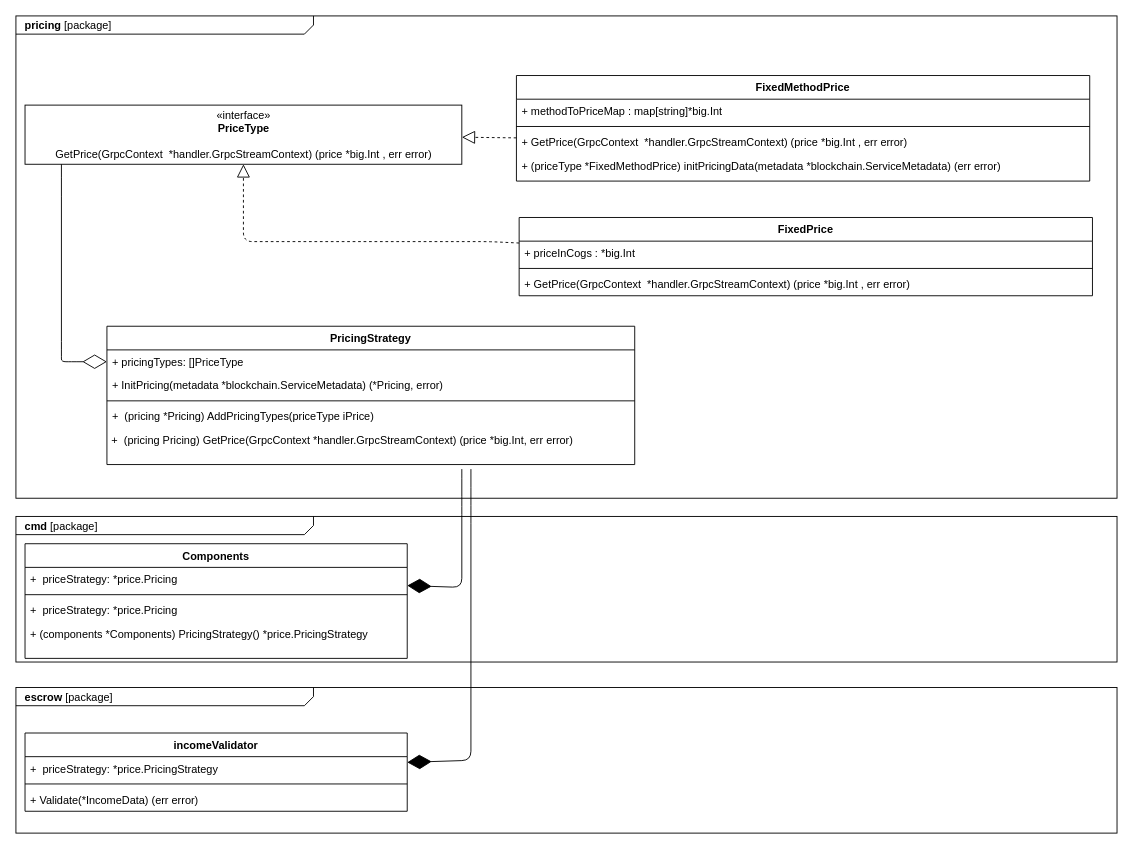
Earlier version of the draw.io diagram pricing/pricing.drawio (singnet/snet-daemon). Source tidied: cells renumbered, new cells numbered last; positions are measured from the earlier drawing's top-left corner, leaving out a move shared by most shapes. Both pictures are drawn from the tidied source at 91%, with x=0, y=0 at pixel (15, 15).
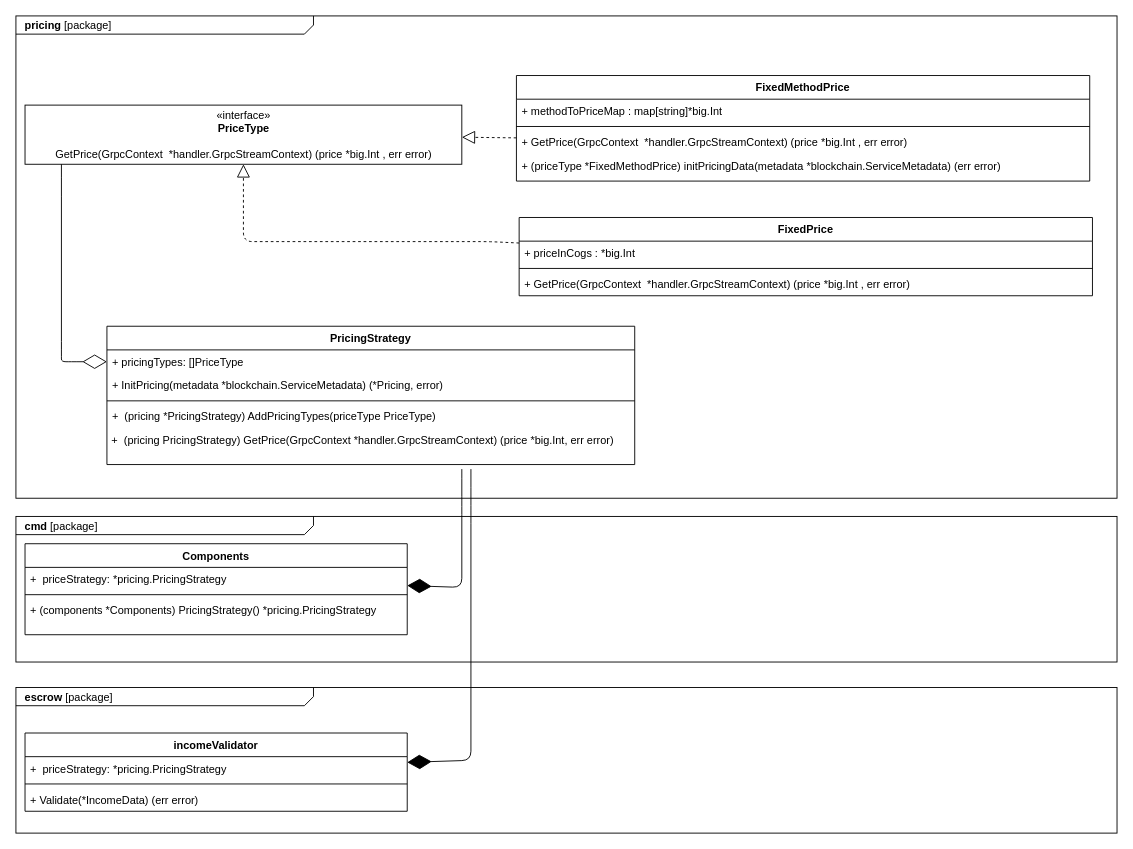
The same diagram, later.

Commit message:
https://github.com/singnet/snet-daemon/issues/286 Corrected the package and struct names per latest code review comments

The change refers to these unchanged cells:
```xml
<mxCell id="18" value="PricingStrategy" style="swimlane;fontStyle=1;align=center;verticalAlign=top;horizontal=1;startSize=26;" parent="1" vertex="1">
  <mxGeometry x="100" y="341" width="580" height="152" as="geometry" />
</mxCell>
<mxCell id="33" value="incomeValidator" style="swimlane;fontStyle=1;align=center;verticalAlign=top;horizontal=1;startSize=26;" parent="1" vertex="1">
  <mxGeometry x="10" y="788" width="420" height="86" as="geometry" />
</mxCell>
```

Change to the diagram source:
```diff
@@
-    <mxCell id="22" value="+  (pricing *Pricing) AddPricingTypes(priceType iPrice)" style="text;strokeColor=none;fillColor=none;align=left;verticalAlign=top;spacingLeft=4;spacingRight=4;overflow=hidden;" parent="18" vertex="1">
+    <mxCell id="22" value="+  (pricing *PricingStrategy) AddPricingTypes(priceType PriceType)" style="text;strokeColor=none;fillColor=none;align=left;verticalAlign=top;spacingLeft=4;spacingRight=4;overflow=hidden;" parent="18" vertex="1">
       <mxGeometry y="86" width="580" height="26" as="geometry" />
     </mxCell>
-    <mxCell id="23" value="&amp;nbsp;+&amp;nbsp;&amp;nbsp;&lt;span&gt;(pricing Pricing) GetPrice(GrpcContext *handler.GrpcStreamContext) (price *big.Int, err error)&amp;nbsp;&lt;/span&gt;" style="text;html=1;" parent="18" vertex="1">
+    <mxCell id="23" value="&amp;nbsp;+&amp;nbsp;&amp;nbsp;&lt;span&gt;(pricing PricingStrategy) GetPrice(GrpcContext *handler.GrpcStreamContext) (price *big.Int, err error)&amp;nbsp;&lt;/span&gt;" style="text;html=1;" parent="18" vertex="1">
       <mxGeometry y="112" width="580" height="40" as="geometry" />
     </mxCell>
@@
     <mxCell id="26" value="Components" style="swimlane;fontStyle=1;align=center;verticalAlign=top;horizontal=1;startSize=26;" parent="1" vertex="1">
-      <mxGeometry x="10" y="580" width="420" height="126" as="geometry" />
+      <mxGeometry x="10" y="580" width="420" height="100" as="geometry" />
     </mxCell>
-    <mxCell id="27" value="+  priceStrategy: *price.Pricing" style="text;strokeColor=none;fillColor=none;align=left;verticalAlign=top;spacingLeft=4;spacingRight=4;overflow=hidden;points=[[0,0.5],[1,0.5]];portConstraint=eastwest;" parent="26" vertex="1">
+    <mxCell id="27" value="+  priceStrategy: *pricing.PricingStrategy" style="text;strokeColor=none;fillColor=none;align=left;verticalAlign=top;spacingLeft=4;spacingRight=4;overflow=hidden;points=[[0,0.5],[1,0.5]];portConstraint=eastwest;" parent="26" vertex="1">
       <mxGeometry y="26" width="420" height="26" as="geometry" />
     </mxCell>
@@
-    <mxCell id="29" value="+  priceStrategy: *price.Pricing" style="text;strokeColor=none;fillColor=none;align=left;verticalAlign=top;spacingLeft=4;spacingRight=4;overflow=hidden;" parent="26" vertex="1">
-      <mxGeometry y="60" width="420" height="26" as="geometry" />
-    </mxCell>
-    <mxCell id="30" value="+ (components *Components) PricingStrategy() *price.PricingStrategy" style="text;strokeColor=none;fillColor=none;align=left;verticalAlign=top;spacingLeft=4;spacingRight=4;overflow=hidden;" parent="26" vertex="1">
-      <mxGeometry y="86" width="420" height="40" as="geometry" />
+    <mxCell id="30" value="+ (components *Components) PricingStrategy() *pricing.PricingStrategy" style="text;strokeColor=none;fillColor=none;align=left;verticalAlign=top;spacingLeft=4;spacingRight=4;overflow=hidden;" parent="26" vertex="1">
+      <mxGeometry y="60" width="420" height="40" as="geometry" />
     </mxCell>
@@
-    <mxCell id="34" value="+  priceStrategy: *price.PricingStrategy" style="text;strokeColor=none;fillColor=none;align=left;verticalAlign=top;spacingLeft=4;spacingRight=4;overflow=hidden;points=[[0,0.5],[1,0.5]];portConstraint=eastwest;" parent="33" vertex="1">
+    <mxCell id="34" value="+  priceStrategy: *pricing.PricingStrategy" style="text;strokeColor=none;fillColor=none;align=left;verticalAlign=top;spacingLeft=4;spacingRight=4;overflow=hidden;points=[[0,0.5],[1,0.5]];portConstraint=eastwest;" parent="33" vertex="1">
       <mxGeometry y="26" width="420" height="26" as="geometry" />
     </mxCell>
```
